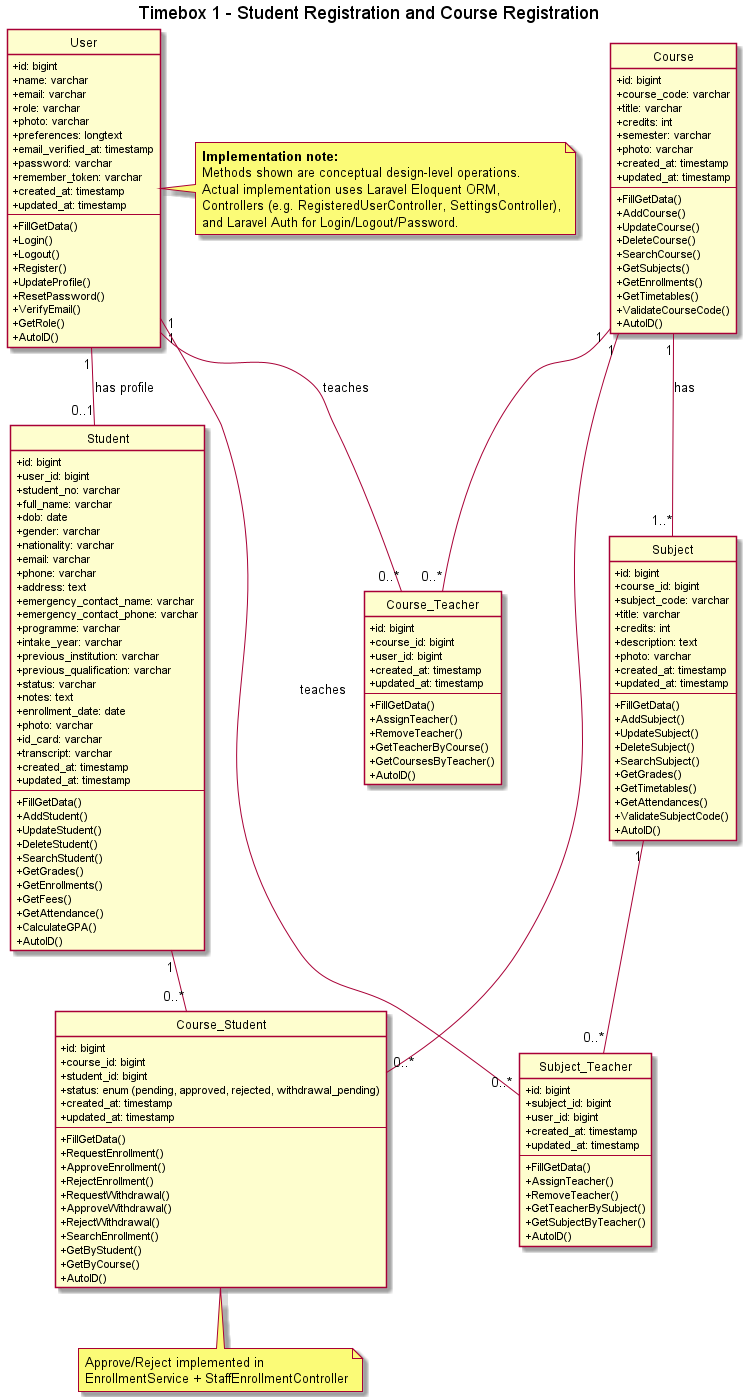
The PlantUML diagram out/class_diagram/Timebox1_Class/Timebox1_Class.png in KyawMyoHtay1/academic-portal, before a commit.
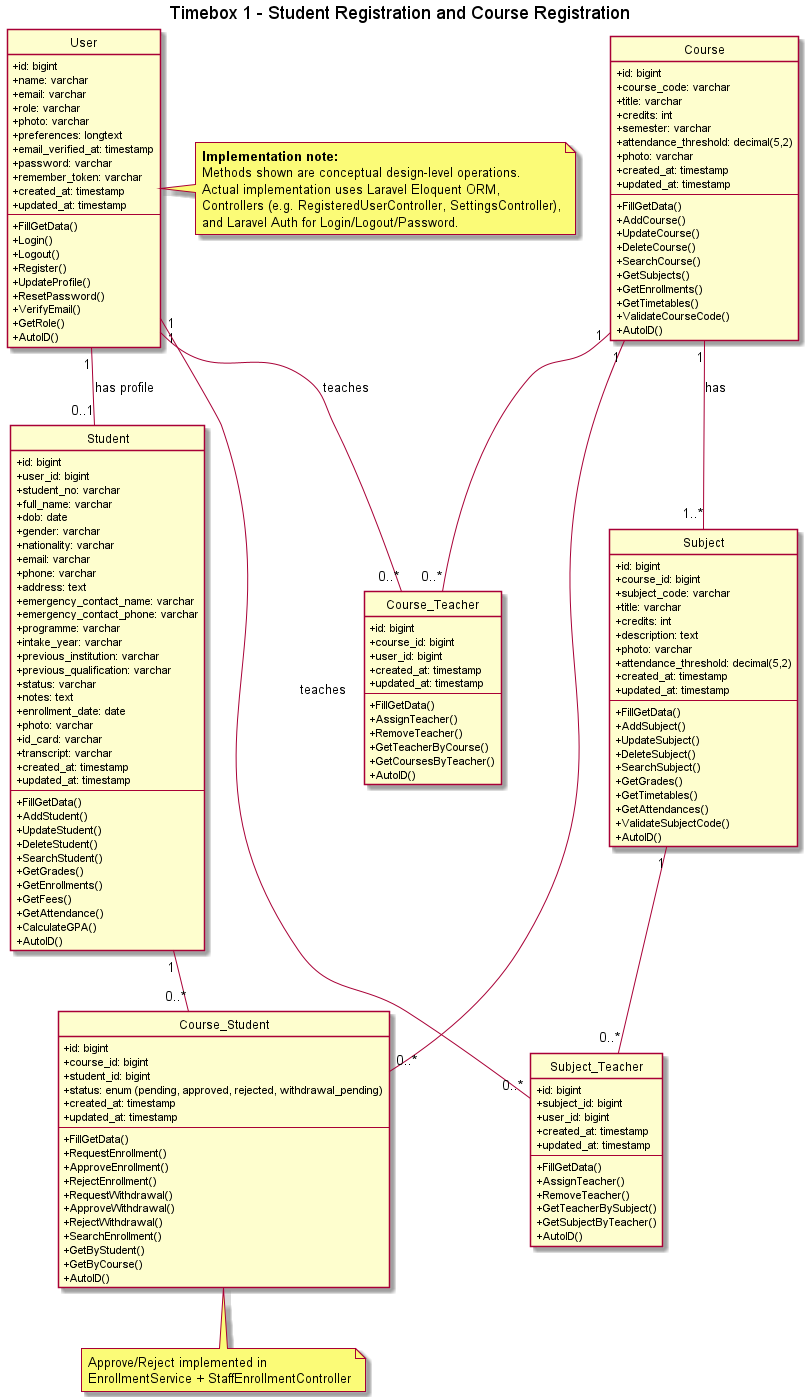
Above is the later version.

Change to the diagram source:
```diff
@@ -80,6 +80,7 @@
   +title: varchar
   +credits: int
   +semester: varchar
+  +attendance_threshold: decimal(5,2)
   +photo: varchar
   +created_at: timestamp
   +updated_at: timestamp
@@ -104,6 +105,7 @@
   +credits: int
   +description: text
   +photo: varchar
+  +attendance_threshold: decimal(5,2)
   +created_at: timestamp
   +updated_at: timestamp
   --
```
